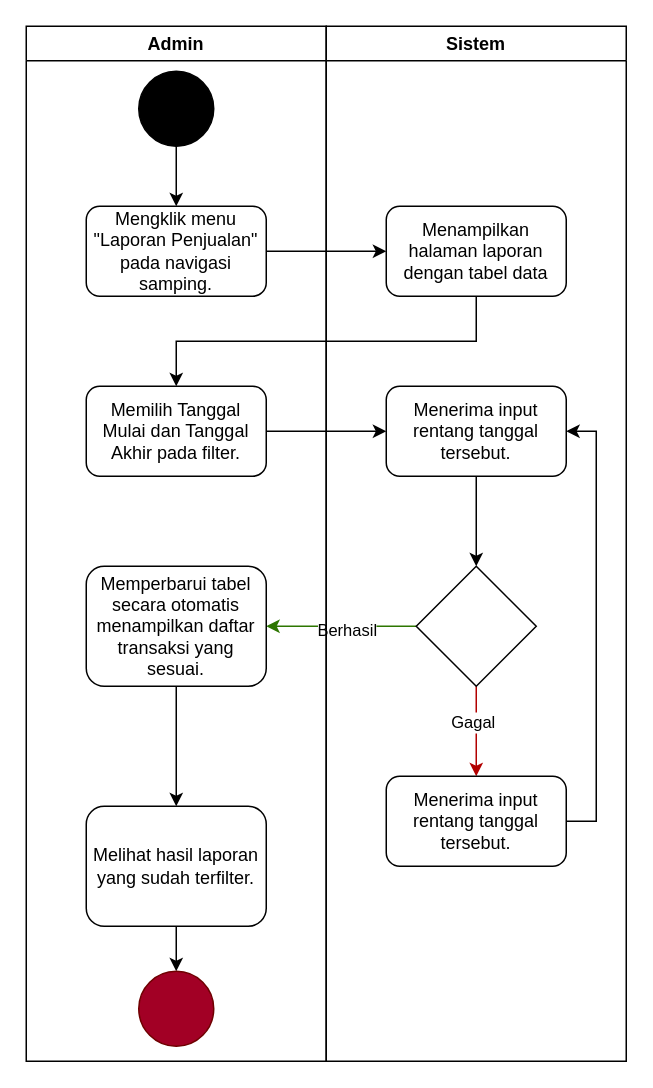
gustitriprayoga/Sistem-Pembayaran-QR keeps this draw.io diagram as page "Laporan Penjualan" (4 of 8) of Docs/Use Case/Activity Diagram.drawio. Above is the earlier version. Source tidied: cells renumbered, new cells numbered last; positions are measured from the earlier drawing's top-left corner, leaving out a move shared by most shapes. Both pictures are drawn from the tidied source at 150%, with x=0, y=0 at pixel (26, 26).
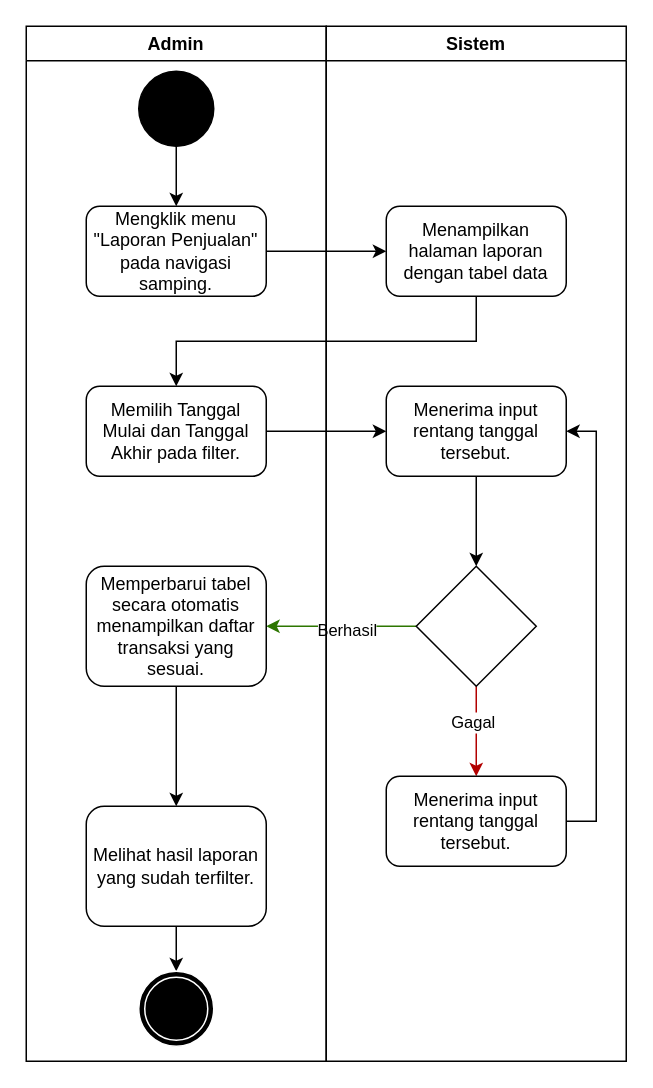
After the change.

Unchanged cells that the change refers to:
```xml
<mxCell id="21" value="Melihat hasil laporan yang sudah terfilter." style="rounded=1;whiteSpace=wrap;html=1;" parent="1" vertex="1">
  <mxGeometry x="40" y="520" width="120" height="80" as="geometry" />
</mxCell>
<mxCell id="25" value="Admin" style="swimlane;whiteSpace=wrap;html=1;" parent="1" vertex="1">
  <mxGeometry width="200" height="690" as="geometry" />
</mxCell>
```

Diff of the diagram source:
```diff
@@
-    <mxCell id="20" style="edgeStyle=orthogonalEdgeStyle;rounded=0;jettySize=auto;html=1;exitX=0.5;exitY=1;exitDx=0;exitDy=0;entryX=0.5;entryY=0;entryDx=0;entryDy=0;" parent="1" edge="1" source="21" target="24">
+    <mxCell id="20" style="edgeStyle=orthogonalEdgeStyle;rounded=0;jettySize=auto;html=1;exitX=0.5;exitY=1;exitDx=0;exitDy=0;entryX=0.5;entryY=0;entryDx=0;entryDy=0;" parent="1" edge="1" source="21" target="27">
       <mxGeometry relative="1" as="geometry" />
     </mxCell>
@@
-    <mxCell id="24" style="ellipse;whiteSpace=wrap;html=1;fillColor=#a20025;fontColor=#ffffff;strokeColor=#6F0000;" parent="1" vertex="1">
-      <mxGeometry x="75" y="630" width="50" height="50" as="geometry" />
-    </mxCell>
@@
+    <mxCell id="27" style="ellipse;shape=doubleEllipse;whiteSpace=wrap;html=1;fillColor=#000000;fontColor=#ffffff;strokeColor=#FFFFFF;" parent="25" vertex="1">
+      <mxGeometry x="75" y="630" width="50" height="50" as="geometry" />
+    </mxCell>
```
